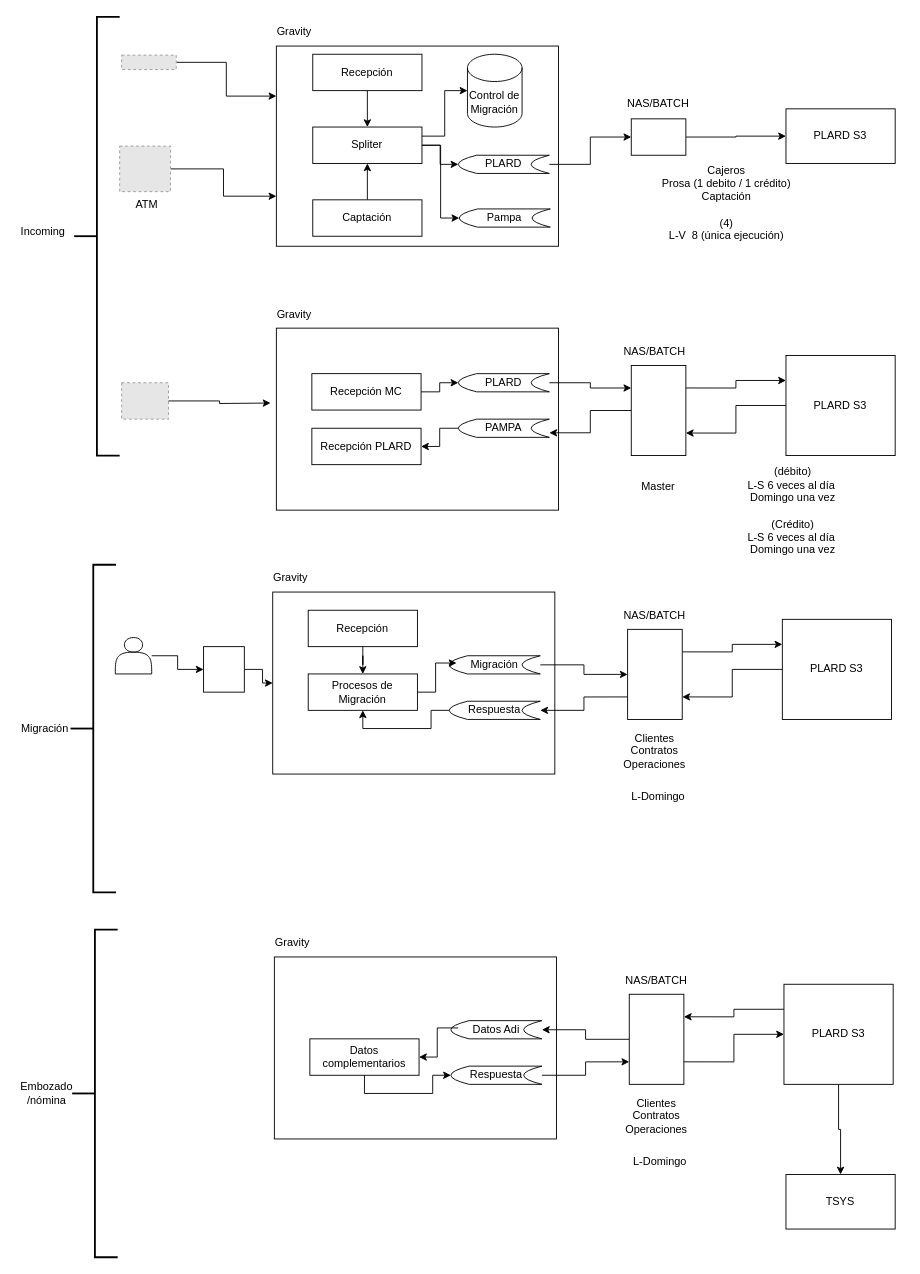
Before: page "Redes" (4 of 5) of UML MFS M17 173 DGR-MFS-PLARD_MVP2_Spliters v1.0.drawio in chisvmen/BA_projects, a draw.io diagram. Source tidied: cells renumbered, new cells numbered last; positions are measured from the earlier drawing's top-left corner, leaving out a move shared by most shapes. Both pictures are drawn from the tidied source at 91%, with x=0, y=0 at pixel (15, 16). Pictures stored in the file or linked from it are replaced by grey dashed boxes.
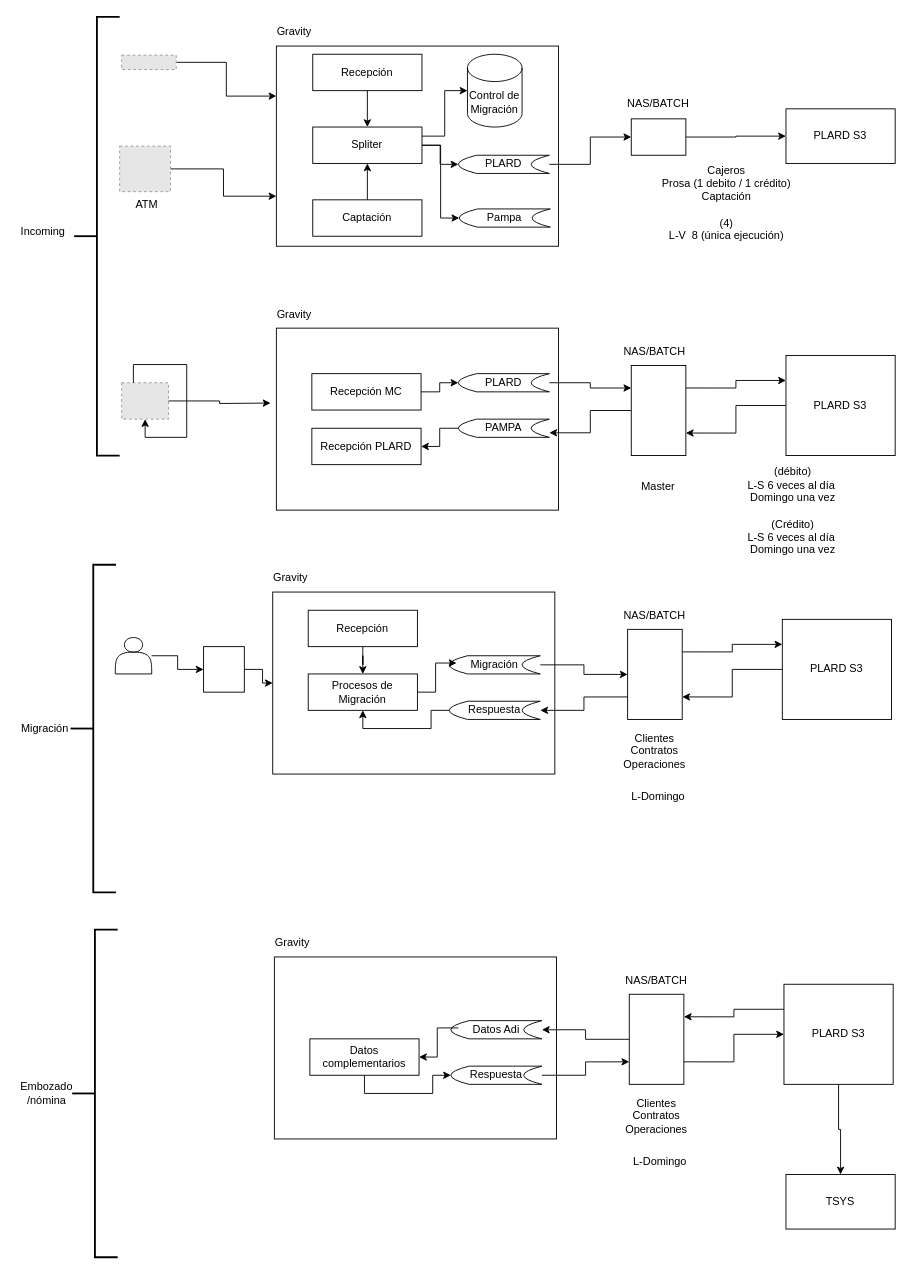
The same diagram, later.

Unchanged cells that the change refers to:
```xml
<mxCell id="2" style="fillColor=#E6E6E6;strokeColor=#999999;dashed=1;verticalLabelPosition=bottom;labelBackgroundColor=default;verticalAlign=top;" parent="1" vertex="1">
  <mxGeometry x="116.2" y="402.1" width="51.5" height="40" as="geometry" />
</mxCell>
```

Change to the diagram source:
```diff
@@
+    <mxCell id="96" style="edgeStyle=orthogonalEdgeStyle;rounded=0;orthogonalLoop=1;jettySize=auto;html=1;exitX=0.25;exitY=0;exitDx=0;exitDy=0;" parent="1" edge="1" source="2" target="2">
+      <mxGeometry relative="1" as="geometry" />
+    </mxCell>
```
